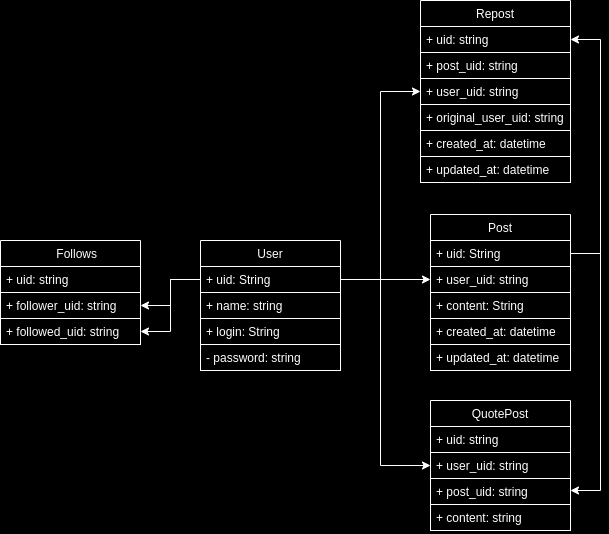
The draw.io diagram docs/class-document.png in lucca257/desafio-strider, before a commit. Source tidied: cells renumbered, new cells last; positions are measured from the earlier drawing's top-left corner, leaving out a move shared by most shapes.
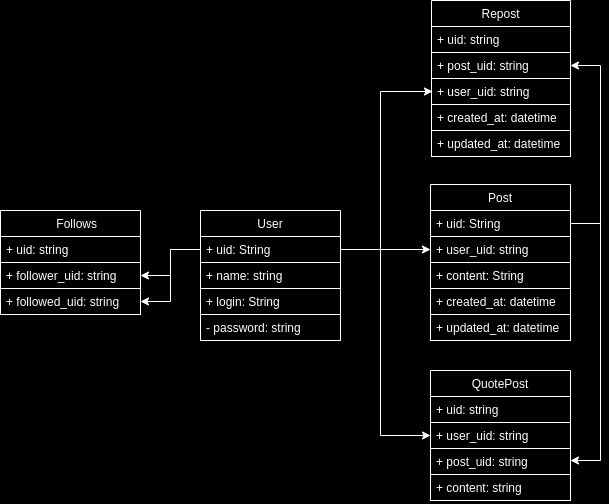
The same file after the commit.

Commit message:
refactor: updateting class document

Change to the diagram source:
```diff
@@ -57,34 +57,38 @@
       <mxGeometry relative="1" as="geometry" />
     </mxCell>
     <mxCell id="20" value="Repost" style="swimlane;fontStyle=0;horizontal=1;startSize=26;fillColor=none;strokeColor=#FFFFFF;fontColor=#FFFFFF;" parent="1" vertex="1">
-      <mxGeometry x="420" width="150" height="182" as="geometry" />
+      <mxGeometry x="431" y="30" width="139" height="156" as="geometry" />
     </mxCell>
     <mxCell id="21" value="+ uid: string" style="text;strokeColor=#FFFFFF;fillColor=none;align=left;verticalAlign=top;spacingLeft=4;spacingRight=4;overflow=hidden;points=[[0,0.5],[1,0.5]];portConstraint=eastwest;fontColor=#FFFFFF;" parent="20" vertex="1">
-      <mxGeometry y="26" width="150" height="26" as="geometry" />
+      <mxGeometry y="26" width="139" height="26" as="geometry" />
     </mxCell>
     <mxCell id="22" value="+ post_uid: string" style="text;strokeColor=#FFFFFF;fillColor=none;align=left;verticalAlign=top;spacingLeft=4;spacingRight=4;overflow=hidden;points=[[0,0.5],[1,0.5]];portConstraint=eastwest;fontColor=#FFFFFF;" parent="20" vertex="1">
-      <mxGeometry y="52" width="150" height="26" as="geometry" />
+      <mxGeometry y="52" width="139" height="26" as="geometry" />
     </mxCell>
     <mxCell id="23" value="+ user_uid: string" style="text;strokeColor=#FFFFFF;fillColor=none;align=left;verticalAlign=top;spacingLeft=4;spacingRight=4;overflow=hidden;points=[[0,0.5],[1,0.5]];portConstraint=eastwest;fontColor=#FFFFFF;" parent="20" vertex="1">
-      <mxGeometry y="78" width="150" height="26" as="geometry" />
+      <mxGeometry y="78" width="139" height="26" as="geometry" />
     </mxCell>
-    <mxCell id="24" value="+ original_user_uid: string" style="text;strokeColor=#FFFFFF;fillColor=none;align=left;verticalAlign=top;spacingLeft=4;spacingRight=4;overflow=hidden;fontColor=#FFFFFF;" parent="20" vertex="1">
-      <mxGeometry y="104" width="150" height="26" as="geometry" />
-    </mxCell>
     <mxCell id="25" value="+ created_at: datetime " style="text;strokeColor=#FFFFFF;fillColor=none;align=left;verticalAlign=top;spacingLeft=4;spacingRight=4;overflow=hidden;fontColor=#FFFFFF;" parent="20" vertex="1">
-      <mxGeometry y="130" width="150" height="26" as="geometry" />
+      <mxGeometry y="104" width="139" height="26" as="geometry" />
     </mxCell>
     <mxCell id="26" value="+ updated_at: datetime " style="text;strokeColor=#FFFFFF;fillColor=none;align=left;verticalAlign=top;spacingLeft=4;spacingRight=4;overflow=hidden;fontColor=#FFFFFF;" parent="20" vertex="1">
-      <mxGeometry y="156" width="150" height="26" as="geometry" />
+      <mxGeometry y="130" width="139" height="26" as="geometry" />
     </mxCell>
-    <mxCell id="27" style="edgeStyle=orthogonalEdgeStyle;rounded=0;jettySize=auto;html=1;strokeWidth=1;strokeColor=#FFFFFF;fontColor=#FFFFFF;" parent="1" edge="1" source="3" target="23">
-      <mxGeometry relative="1" as="geometry" />
+    <mxCell id="27" style="edgeStyle=orthogonalEdgeStyle;rounded=0;orthogonalLoop=1;jettySize=auto;html=1;strokeWidth=1;strokeColor=#FFFFFF;fontColor=#FFFFFF;" parent="1" edge="1">
+      <mxGeometry relative="1" as="geometry">
+        <mxPoint x="341" y="279" as="sourcePoint" />
+        <mxPoint x="432" y="121" as="targetPoint" />
+        <Array as="points">
+          <mxPoint x="380" y="279" />
+          <mxPoint x="380" y="121" />
+        </Array>
+      </mxGeometry>
     </mxCell>
-    <mxCell id="28" style="edgeStyle=orthogonalEdgeStyle;rounded=0;jettySize=auto;html=1;entryX=1;entryY=0.5;entryDx=0;entryDy=0;strokeWidth=1;strokeColor=#FFFFFF;fontColor=#FFFFFF;" parent="1" edge="1" source="8" target="21">
+    <mxCell id="28" style="edgeStyle=orthogonalEdgeStyle;rounded=0;jettySize=auto;html=1;entryX=1;entryY=0.5;entryDx=0;entryDy=0;strokeWidth=1;strokeColor=#FFFFFF;fontColor=#FFFFFF;" parent="1" edge="1" source="8" target="22">
       <mxGeometry relative="1" as="geometry">
         <Array as="points">
           <mxPoint x="600" y="253" />
-          <mxPoint x="600" y="39" />
+          <mxPoint x="600" y="95" />
         </Array>
       </mxGeometry>
     </mxCell>
```
